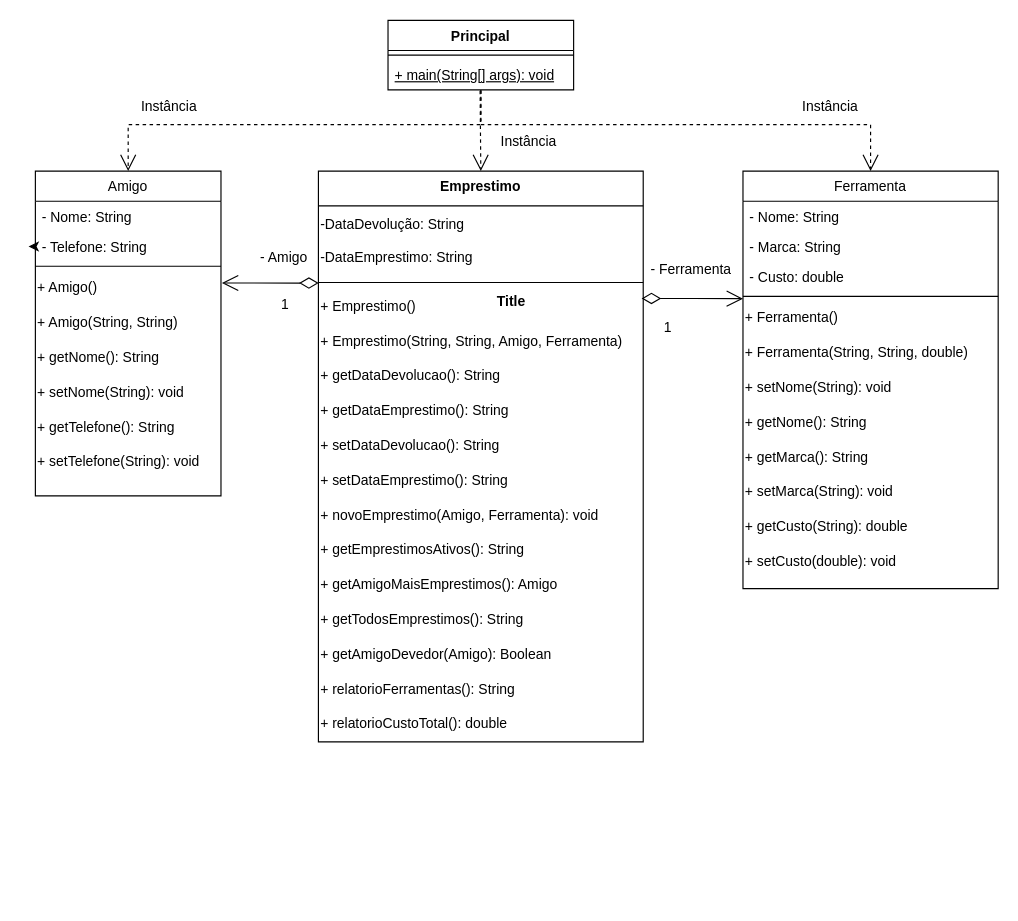
felipeghizo/Emprestimo_Ferramentas keeps this draw.io diagram as Diagrama_de_classes.drawio. Above is the earlier version. Source tidied: cells renumbered, new cells numbered last; positions are measured from the earlier drawing's top-left corner, leaving out a move shared by most shapes. Both pictures are drawn from the tidied source at 116%, with x=0, y=0 at pixel (35, 20).
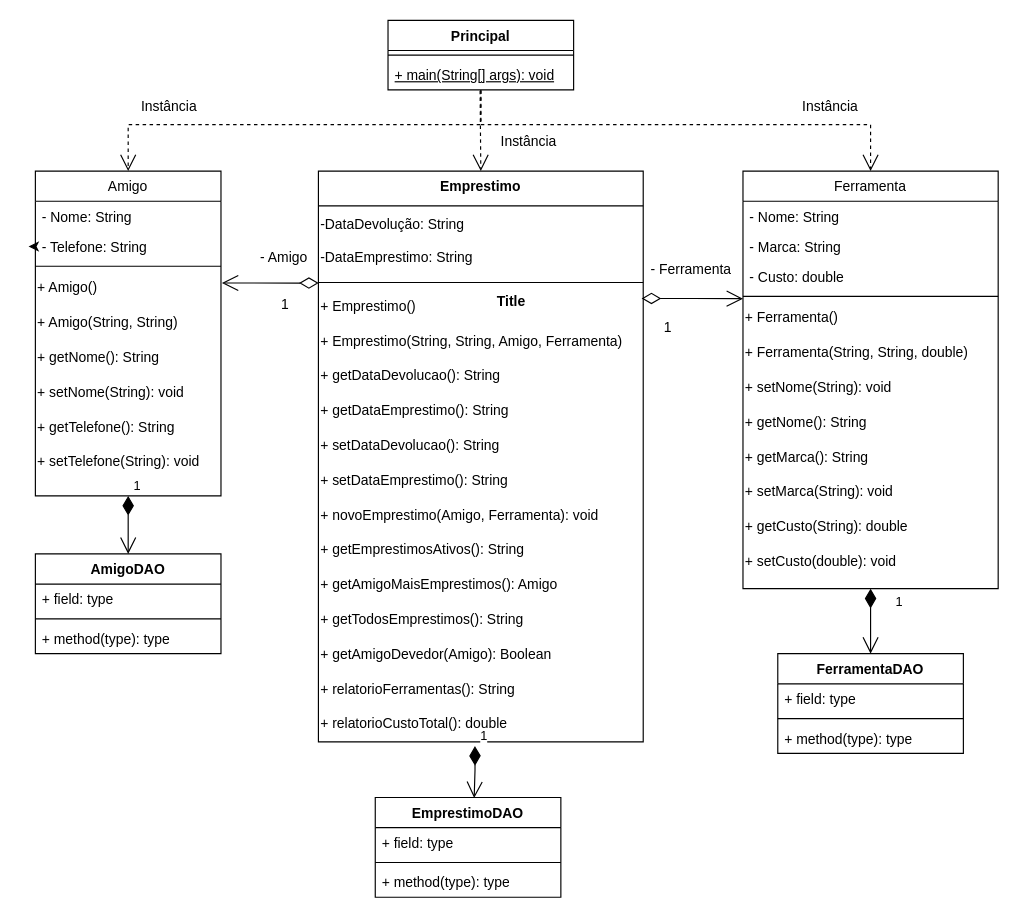
After the change.

Unchanged cells that the change refers to:
```xml
<mxCell id="2" value="Amigo" style="swimlane;fontStyle=0;align=center;verticalAlign=top;horizontal=1;startSize=26;rounded=0;shadow=0;strokeWidth=1;" parent="1" vertex="1">
  <mxGeometry y="130" width="160" height="280" as="geometry" />
</mxCell>
<mxCell id="13" value="Ferramenta" style="swimlane;fontStyle=0;align=center;verticalAlign=top;horizontal=1;startSize=26;rounded=0;shadow=0;strokeWidth=1;" parent="1" vertex="1">
  <mxGeometry x="610" y="130" width="220" height="360" as="geometry" />
</mxCell>
<mxCell id="46" value="+ relatorioCustoTotal(): double" style="text;html=1;align=left;verticalAlign=middle;points=[];strokeColor=none;fillColor=none;" parent="31" vertex="1">
  <mxGeometry y="462" width="280" height="30" as="geometry" />
</mxCell>
```

What changed in the source:
```diff
@@
+    <mxCell id="58" value="AmigoDAO" style="swimlane;fontStyle=1;align=center;verticalAlign=top;horizontal=1;startSize=26;whiteSpace=wrap;html=1;" parent="1" vertex="1">
+      <mxGeometry y="460" width="160" height="86" as="geometry" />
+    </mxCell>
+    <mxCell id="59" value="+ field: type" style="text;strokeColor=none;fillColor=none;align=left;verticalAlign=top;spacingLeft=4;spacingRight=4;overflow=hidden;whiteSpace=wrap;html=1;" parent="58" vertex="1">
+      <mxGeometry y="26" width="160" height="26" as="geometry" />
+    </mxCell>
+    <mxCell id="60" style="line;strokeWidth=1;fillColor=none;align=left;verticalAlign=middle;spacingTop=-1;spacingLeft=3;spacingRight=3;labelPosition=right;strokeColor=inherit;" parent="58" vertex="1">
+      <mxGeometry y="52" width="160" height="8" as="geometry" />
+    </mxCell>
+    <mxCell id="61" value="+ method(type): type" style="text;strokeColor=none;fillColor=none;align=left;verticalAlign=top;spacingLeft=4;spacingRight=4;overflow=hidden;whiteSpace=wrap;html=1;" parent="58" vertex="1">
+      <mxGeometry y="60" width="160" height="26" as="geometry" />
+    </mxCell>
+    <mxCell id="62" value="EmprestimoDAO" style="swimlane;fontStyle=1;align=center;verticalAlign=top;horizontal=1;startSize=26;whiteSpace=wrap;html=1;" parent="1" vertex="1">
+      <mxGeometry x="293" y="670" width="160" height="86" as="geometry" />
+    </mxCell>
+    <mxCell id="63" value="+ field: type" style="text;strokeColor=none;fillColor=none;align=left;verticalAlign=top;spacingLeft=4;spacingRight=4;overflow=hidden;whiteSpace=wrap;html=1;" parent="62" vertex="1">
+      <mxGeometry y="26" width="160" height="26" as="geometry" />
+    </mxCell>
+    <mxCell id="64" style="line;strokeWidth=1;fillColor=none;align=left;verticalAlign=middle;spacingTop=-1;spacingLeft=3;spacingRight=3;labelPosition=right;strokeColor=inherit;" parent="62" vertex="1">
+      <mxGeometry y="52" width="160" height="8" as="geometry" />
+    </mxCell>
+    <mxCell id="65" value="+ method(type): type" style="text;strokeColor=none;fillColor=none;align=left;verticalAlign=top;spacingLeft=4;spacingRight=4;overflow=hidden;whiteSpace=wrap;html=1;" parent="62" vertex="1">
+      <mxGeometry y="60" width="160" height="26" as="geometry" />
+    </mxCell>
+    <mxCell id="66" value="FerramentaDAO" style="swimlane;fontStyle=1;align=center;verticalAlign=top;horizontal=1;startSize=26;whiteSpace=wrap;html=1;" parent="1" vertex="1">
+      <mxGeometry x="640" y="546" width="160" height="86" as="geometry" />
+    </mxCell>
+    <mxCell id="67" value="+ field: type" style="text;strokeColor=none;fillColor=none;align=left;verticalAlign=top;spacingLeft=4;spacingRight=4;overflow=hidden;whiteSpace=wrap;html=1;" parent="66" vertex="1">
+      <mxGeometry y="26" width="160" height="26" as="geometry" />
+    </mxCell>
+    <mxCell id="68" style="line;strokeWidth=1;fillColor=none;align=left;verticalAlign=middle;spacingTop=-1;spacingLeft=3;spacingRight=3;labelPosition=right;strokeColor=inherit;" parent="66" vertex="1">
+      <mxGeometry y="52" width="160" height="8" as="geometry" />
+    </mxCell>
+    <mxCell id="69" value="+ method(type): type" style="text;strokeColor=none;fillColor=none;align=left;verticalAlign=top;spacingLeft=4;spacingRight=4;overflow=hidden;whiteSpace=wrap;html=1;" parent="66" vertex="1">
+      <mxGeometry y="60" width="160" height="26" as="geometry" />
+    </mxCell>
+    <mxCell id="70" value="1" style="endArrow=open;html=1;endSize=12;startArrow=diamondThin;startSize=14;startFill=1;edgeStyle=orthogonalEdgeStyle;align=left;verticalAlign=bottom;rounded=0;exitX=0.5;exitY=1;exitDx=0;exitDy=0;entryX=0.5;entryY=0;entryDx=0;entryDy=0;" parent="1" edge="1" source="13" target="66">
+      <mxGeometry x="-0.29" y="20" relative="1" as="geometry" />
+    </mxCell>
+    <mxCell id="71" value="1" style="endArrow=open;html=1;endSize=12;startArrow=diamondThin;startSize=14;startFill=1;edgeStyle=orthogonalEdgeStyle;align=left;verticalAlign=bottom;rounded=0;exitX=0.482;exitY=1.121;exitDx=0;exitDy=0;exitPerimeter=0;entryX=0.533;entryY=0.006;entryDx=0;entryDy=0;entryPerimeter=0;" parent="1" edge="1" source="46" target="62">
+      <mxGeometry x="-1" y="3" relative="1" as="geometry" />
+    </mxCell>
+    <mxCell id="72" value="1" style="endArrow=open;html=1;endSize=12;startArrow=diamondThin;startSize=14;startFill=1;edgeStyle=orthogonalEdgeStyle;align=left;verticalAlign=bottom;rounded=0;exitX=0.5;exitY=1;exitDx=0;exitDy=0;" parent="1" edge="1" source="2">
+      <mxGeometry x="-1" y="3" relative="1" as="geometry">
+        <mxPoint x="80" y="460" as="targetPoint" />
+      </mxGeometry>
+    </mxCell>
```
